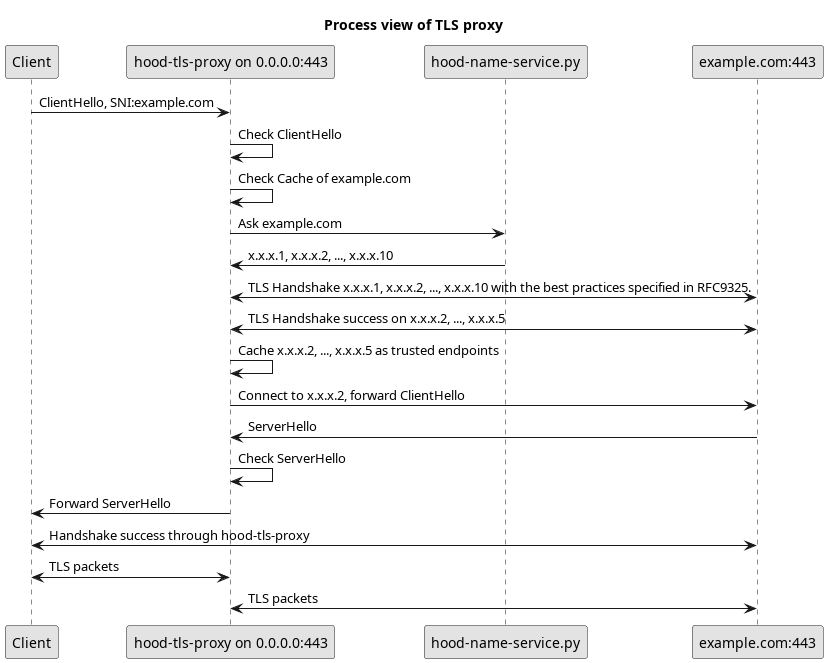
The PlantUML diagram paper/graphics/puml/process-tls-proxy.png in YongBinnnnnnnnnnnnnnnnnnnnnnnnnnnnnnnnn/hood, before a commit.
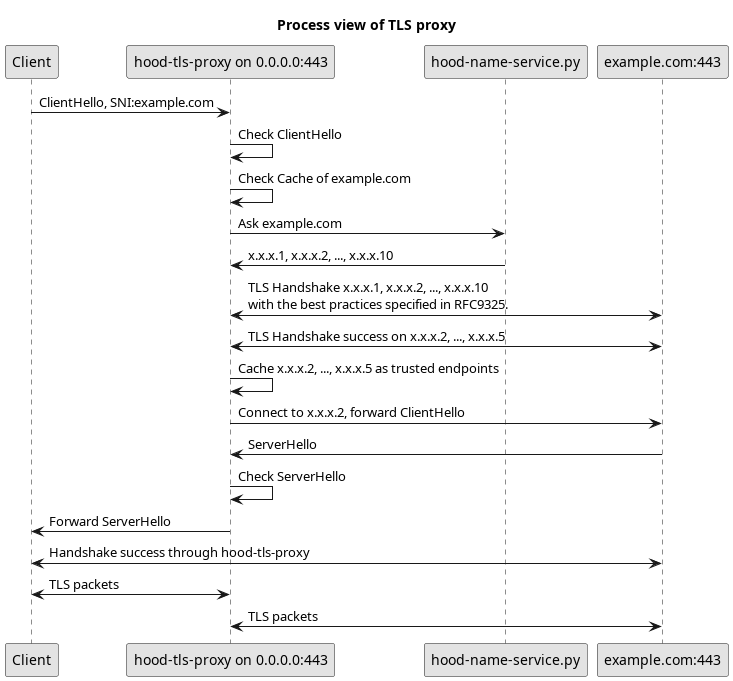
The same diagram one commit later.

Change to the diagram source:
```diff
@@ -17,7 +17,7 @@
 HOODTLS -> HOODTLS: Check Cache of example.com
 HOODTLS -> HOODNAME: Ask example.com
 HOODNAME -> HOODTLS: x.x.x.1, x.x.x.2, ..., x.x.x.10
-HOODTLS <-> HTTP: TLS Handshake x.x.x.1, x.x.x.2, ..., x.x.x.10 with the best practices specified in RFC9325.
+HOODTLS <-> HTTP: TLS Handshake x.x.x.1, x.x.x.2, ..., x.x.x.10\nwith the best practices specified in RFC9325.
 HOODTLS <-> HTTP: TLS Handshake success on x.x.x.2, ..., x.x.x.5
 HOODTLS -> HOODTLS: Cache x.x.x.2, ..., x.x.x.5 as trusted endpoints
 HOODTLS -> HTTP: Connect to x.x.x.2, forward ClientHello
```
